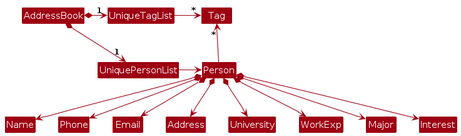
Before: diagrams/BetterModelClassDiagram.png, a diagram exported from PlantUML (arnav12344/tp). Its source is kept beside it as diagrams/BetterModelClassDiagram.puml. Its diagram source:
```plantuml
@startuml
!include style.puml
skinparam arrowThickness 1.1
skinparam arrowColor MODEL_COLOR
skinparam classBackgroundColor MODEL_COLOR

AddressBook *-right-> "1" UniquePersonList
AddressBook *-right-> "1" UniqueTagList
UniqueTagList -[hidden]down- UniquePersonList
UniqueTagList -[hidden]down- UniquePersonList

UniqueTagList -right-> "*" Tag
UniquePersonList -right-> Person

Person -up-> "*" Tag

Person *--> Name
Person *--> Phone
Person *--> Email
Person *--> Address
Person *--> University
Person *--> WorkExp
Person *--> Major
Person *--> Interest
@enduml
```
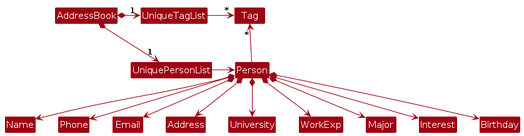
After the change.

Diff of the diagram source:
```diff
@@ -22,4 +22,5 @@
 Person *--> WorkExp
 Person *--> Major
 Person *--> Interest
+Person *--> Birthday
 @enduml
```
